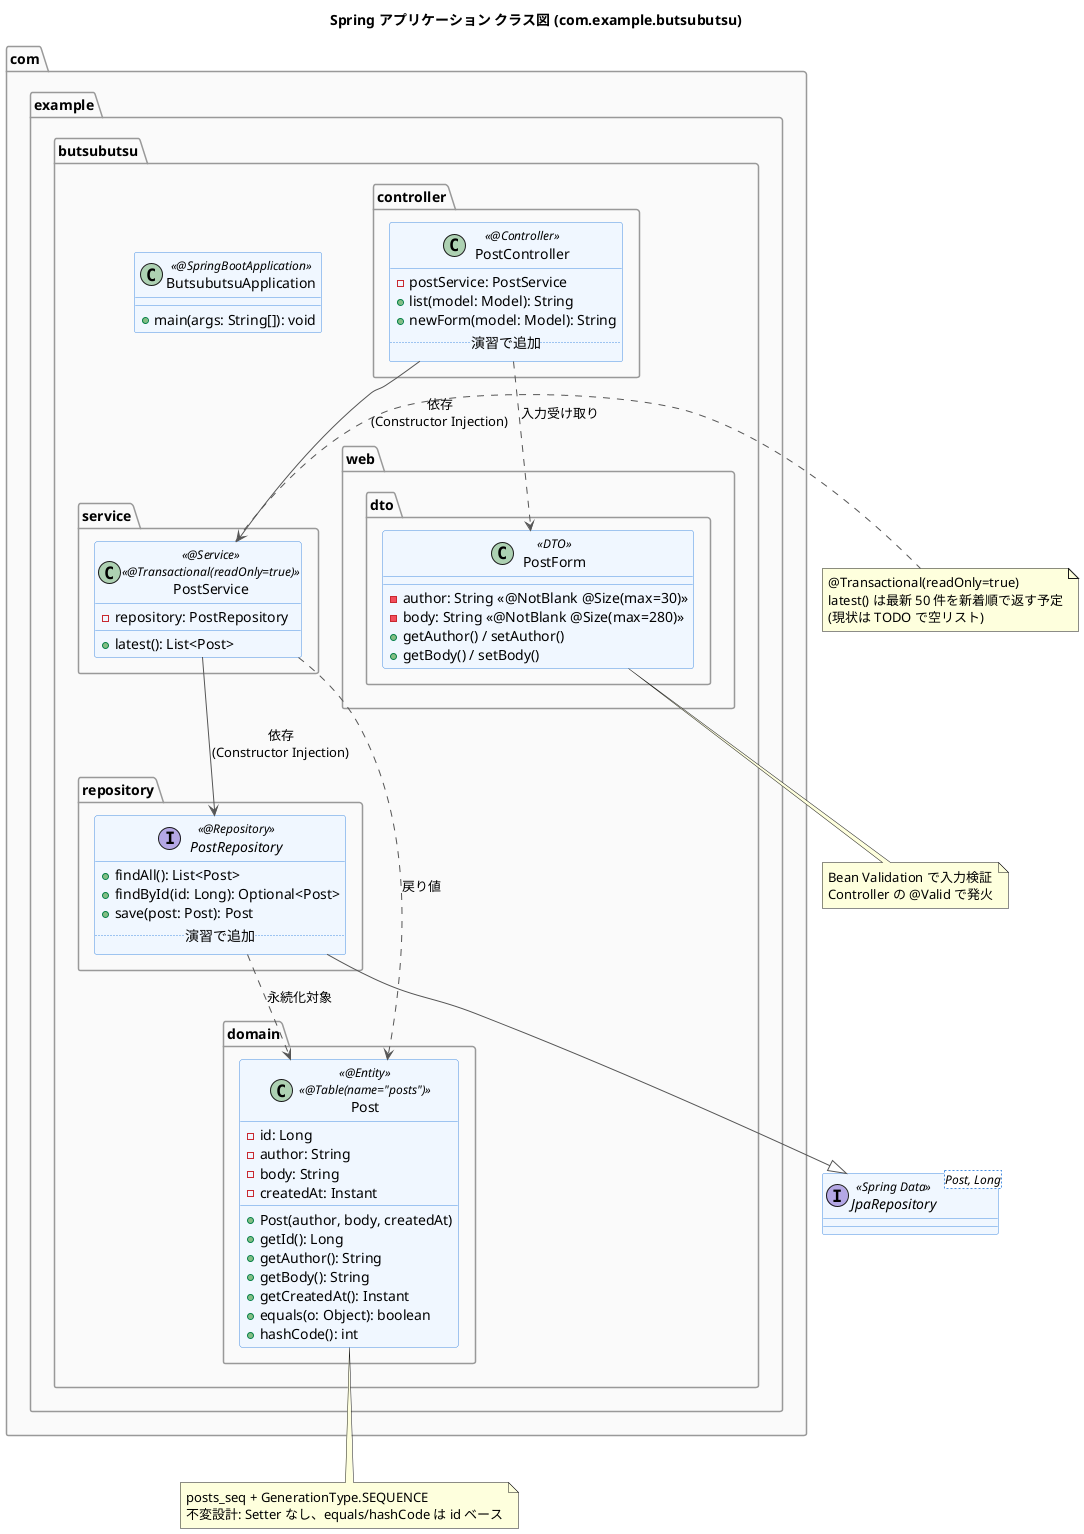
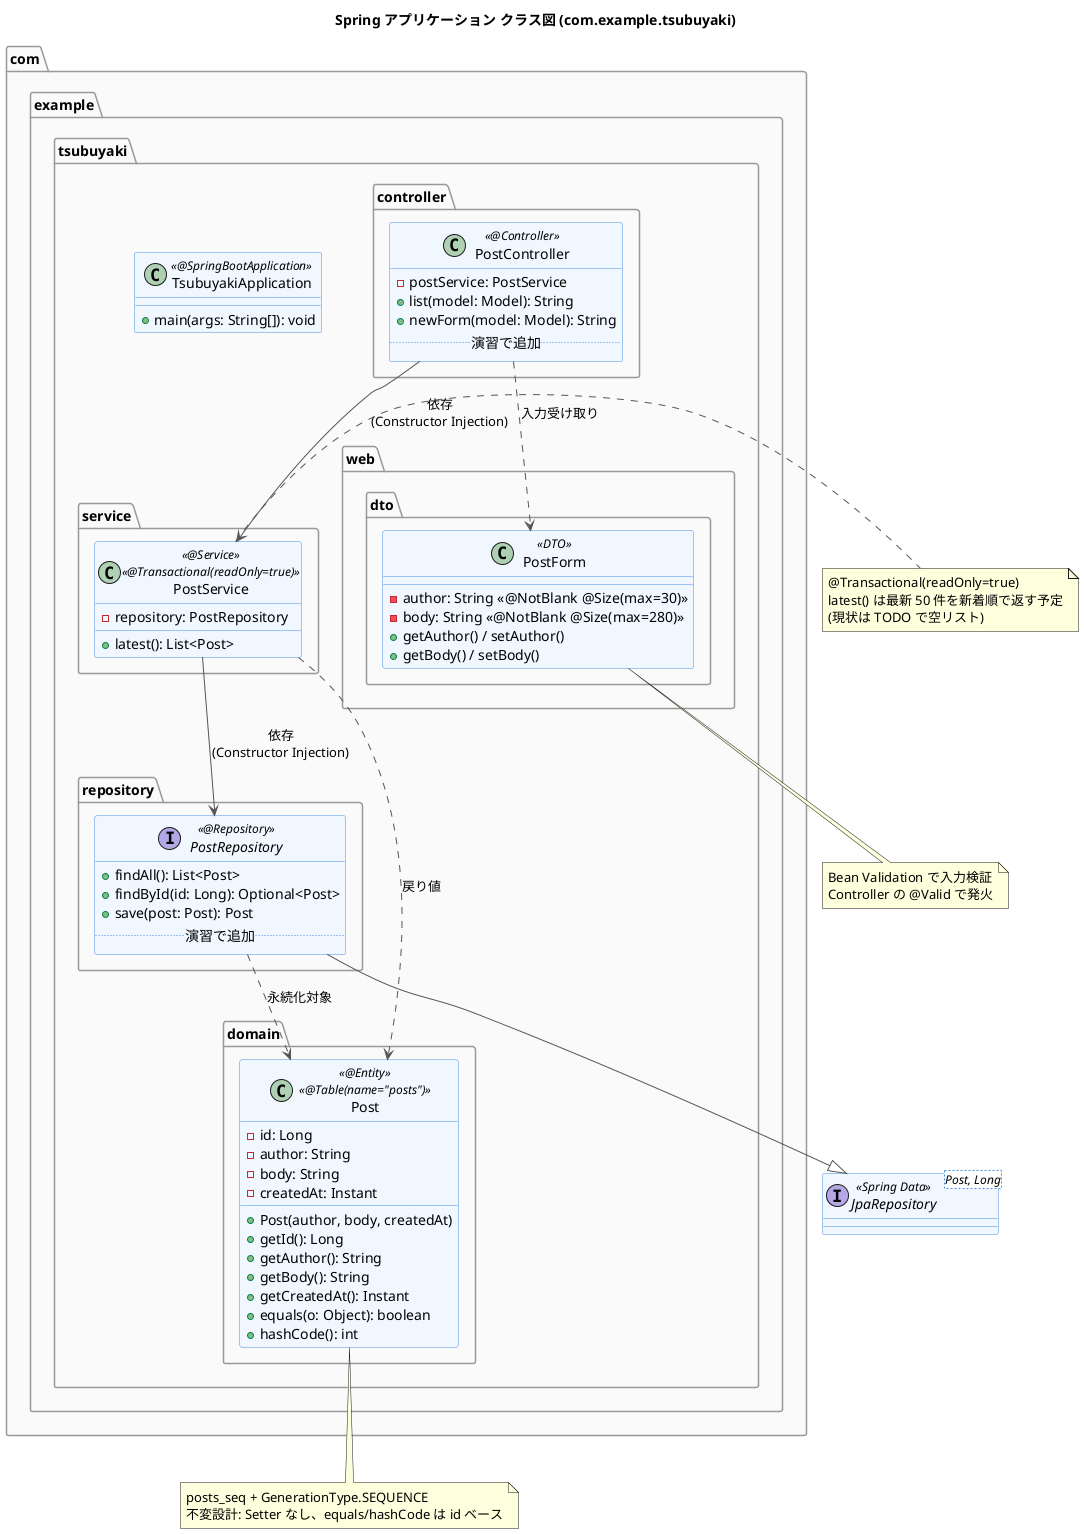
@startuml spring-class
- title Spring アプリケーション クラス図 (com.example.butsubutsu)
+ title Spring アプリケーション クラス図 (com.example.tsubuyaki)

skinparam shadowing false
skinparam defaultFontName "Yu Gothic UI"
skinparam class {
  BackgroundColor #F0F7FF
  BorderColor #4A90E2
  ArrowColor #555555
}
skinparam package {
  BackgroundColor #FAFAFA
  BorderColor #999999
}

- package "com.example.butsubutsu" {
+ package "com.example.tsubuyaki" {

-   class ButsubutsuApplication <<@SpringBootApplication>> {
+   class TsubuyakiApplication <<@SpringBootApplication>> {
    +main(args: String[]): void
  }

  package "controller" {
    class PostController <<@Controller>> {
      -postService: PostService
      +list(model: Model): String
      +newForm(model: Model): String
      .. 演習で追加 ..
      ' +create(form: PostForm, br: BindingResult): String
      ' +detail(id: Long, model: Model): String
    }
  }

  package "service" {
    class PostService <<@Service>> <<@Transactional(readOnly=true)>> {
      -repository: PostRepository
      +latest(): List<Post>
    }
  }

  package "repository" {
    interface PostRepository <<@Repository>> {
      ' JpaRepository<Post, Long> 継承
      +findAll(): List<Post>
      +findById(id: Long): Optional<Post>
      +save(post: Post): Post
      .. 演習で追加 ..
      ' +findTop50ByOrderByCreatedAtDesc(): List<Post>
    }
  }

  package "domain" {
    class Post <<@Entity>> <<@Table(name="posts")>> {
      -id: Long
      -author: String
      -body: String
      -createdAt: Instant
      +Post(author, body, createdAt)
      +getId(): Long
      +getAuthor(): String
      +getBody(): String
      +getCreatedAt(): Instant
      +equals(o: Object): boolean
      +hashCode(): int
    }
  }

  package "web.dto" {
    class PostForm <<DTO>> {
      -author: String <<@NotBlank @Size(max=30)>>
      -body: String <<@NotBlank @Size(max=280)>>
      +getAuthor() / setAuthor()
      +getBody() / setBody()
    }
  }
}

interface "JpaRepository<Post, Long>" as JpaRepo <<Spring Data>>

PostController --> PostService : 依存\n(Constructor Injection)
PostController ..> PostForm : 入力受け取り
PostService --> PostRepository : 依存\n(Constructor Injection)
PostService ..> Post : 戻り値
PostRepository --|> JpaRepo
PostRepository ..> Post : 永続化対象

note right of PostService
  @Transactional(readOnly=true)
  latest() は最新 50 件を新着順で返す予定
  (現状は TODO で空リスト)
end note

note bottom of Post
  posts_seq + GenerationType.SEQUENCE
  不変設計: Setter なし、equals/hashCode は id ベース
end note

note bottom of PostForm
  Bean Validation で入力検証
  Controller の @Valid で発火
end note

@enduml
